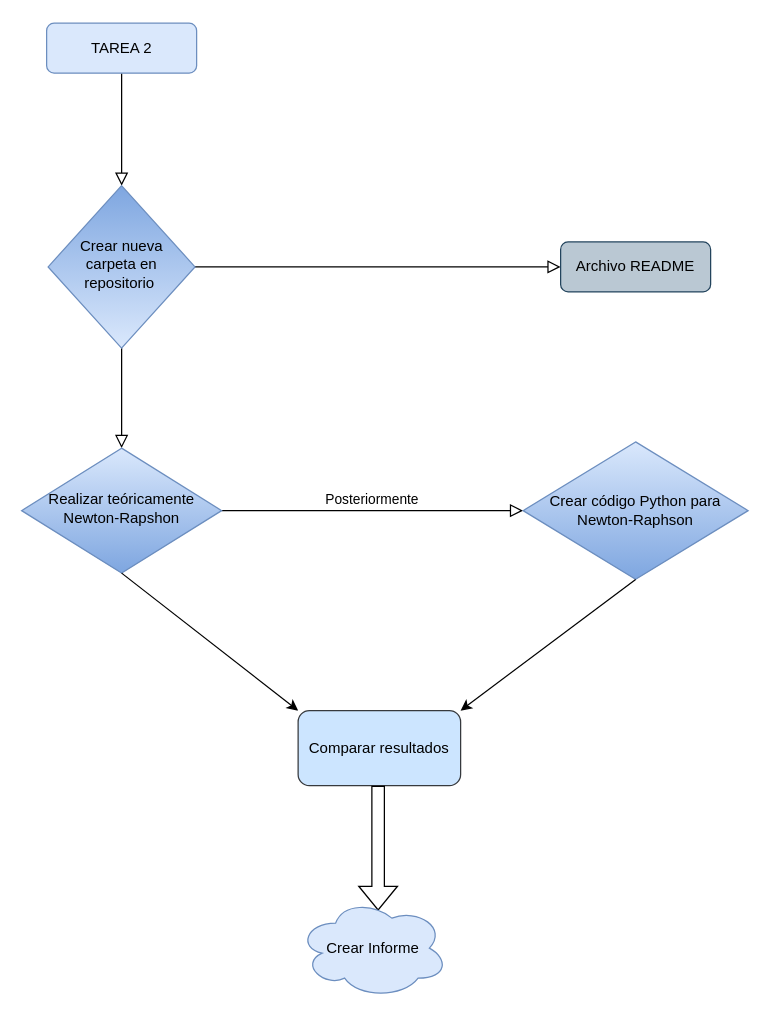
The draw.io diagram Tarea 2/Diagrama sin título.drawio in YuyuAraya/G2A_SEP1_S12024, before the edit. Source tidied: cells renumbered, new cells numbered last; positions are measured from the earlier drawing's top-left corner, leaving out a move shared by most shapes. Both pictures are drawn from the tidied source at 125%, with x=0, y=0 at pixel (21, 22).
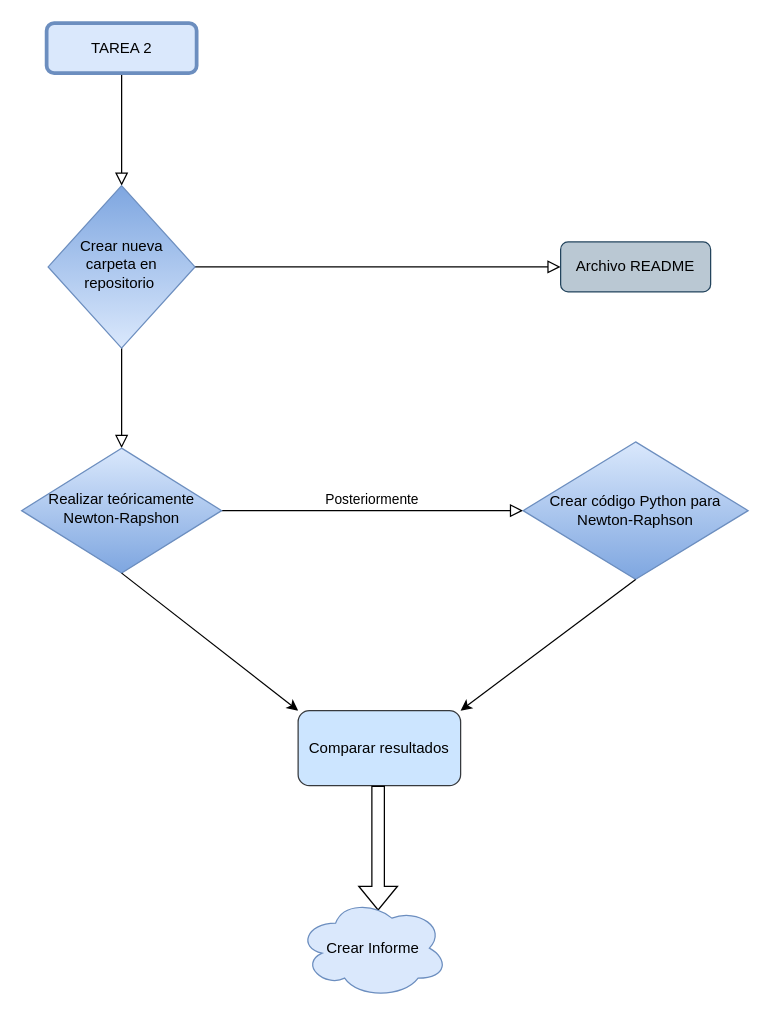
The same diagram, later.

The edit, as a diff of the source:
```diff
@@
 <mxGraphModel>
   <root>
     <mxCell id="0" />
     <mxCell id="1" parent="0" />
     <mxCell id="2" style="rounded=0;html=1;jettySize=auto;fontSize=11;endArrow=block;endFill=0;endSize=8;strokeWidth=1;shadow=0;labelBackgroundColor=none;edgeStyle=orthogonalEdgeStyle;" parent="1" edge="1" source="3" target="6">
       <mxGeometry relative="1" as="geometry" />
     </mxCell>
-    <mxCell id="3" value="TAREA 2" style="rounded=1;whiteSpace=wrap;html=1;fontSize=12;glass=0;strokeWidth=1;shadow=0;fillColor=#dae8fc;strokeColor=#6c8ebf;" parent="1" vertex="1">
+    <mxCell id="3" value="TAREA 2" style="rounded=1;whiteSpace=wrap;html=1;fontSize=12;glass=0;strokeWidth=3;shadow=0;fillColor=#dae8fc;strokeColor=#6c8ebf;" parent="1" vertex="1">
       <mxGeometry x="19.8" width="120" height="40" as="geometry" />
     </mxCell>
     <mxCell id="4" style="rounded=0;html=1;jettySize=auto;fontSize=11;endArrow=block;endFill=0;endSize=8;strokeWidth=1;shadow=0;labelBackgroundColor=none;edgeStyle=orthogonalEdgeStyle;" parent="1" edge="1" source="6" target="9">
       <mxGeometry y="20" relative="1" as="geometry" />
     </mxCell>
     <mxCell id="5" style="edgeStyle=orthogonalEdgeStyle;rounded=0;html=1;jettySize=auto;fontSize=11;endArrow=block;endFill=0;endSize=8;strokeWidth=1;shadow=0;labelBackgroundColor=none;" parent="1" edge="1" source="6" target="7">
       <mxGeometry y="10" relative="1" as="geometry" />
     </mxCell>
     <mxCell id="6" value="Crear nueva carpeta en repositorio&amp;nbsp;" style="rhombus;whiteSpace=wrap;html=1;shadow=0;fontFamily=Helvetica;fontSize=12;align=center;strokeWidth=1;spacing=6;spacingTop=-4;rounded=0;gradientDirection=north;fillColor=#dae8fc;fillStyle=solid;strokeColor=#6c8ebf;gradientColor=#7ea6e0;" parent="1" vertex="1">
       <mxGeometry x="21" y="130" width="117.5" height="130" as="geometry" />
     </mxCell>
     <mxCell id="7" value="Archivo README" style="rounded=1;whiteSpace=wrap;html=1;fontSize=12;glass=0;strokeWidth=1;shadow=0;fillColor=#bac8d3;strokeColor=#23445d;" parent="1" vertex="1">
       <mxGeometry x="431" y="175" width="120" height="40" as="geometry" />
     </mxCell>
     <mxCell id="8" value="Posteriormente" style="edgeStyle=orthogonalEdgeStyle;rounded=0;html=1;jettySize=auto;fontSize=11;endArrow=block;endFill=0;endSize=8;strokeWidth=1;shadow=0;labelBackgroundColor=none;" parent="1" edge="1" source="9">
       <mxGeometry y="10" relative="1" as="geometry">
         <mxPoint x="401" y="390" as="targetPoint" />
       </mxGeometry>
     </mxCell>
     <mxCell id="9" value="Realizar teóricamente Newton-Rapshon" style="rhombus;whiteSpace=wrap;html=1;shadow=0;fontFamily=Helvetica;fontSize=12;align=center;strokeWidth=1;spacing=6;spacingTop=-4;fillColor=#dae8fc;strokeColor=#6c8ebf;gradientColor=#7ea6e0;" parent="1" vertex="1">
       <mxGeometry x="-0.2" y="340" width="160" height="100" as="geometry" />
     </mxCell>
     <mxCell id="10" value="Comparar resultados" style="rounded=1;whiteSpace=wrap;html=1;fontSize=12;glass=0;strokeWidth=1;shadow=0;fillColor=#cce5ff;strokeColor=#36393d;" parent="1" vertex="1">
       <mxGeometry x="221" y="550" width="130" height="60" as="geometry" />
     </mxCell>
     <mxCell id="11" value="Crear código Python para Newton-Raphson" style="rhombus;whiteSpace=wrap;html=1;fillColor=#dae8fc;gradientColor=#7ea6e0;strokeColor=#6c8ebf;" parent="1" vertex="1">
       <mxGeometry x="401" y="335" width="180" height="110" as="geometry" />
     </mxCell>
     <mxCell id="12" style="endArrow=classic;html=1;rounded=0;exitX=0.5;exitY=1;exitDx=0;exitDy=0;" parent="1" edge="1" source="9">
       <mxGeometry relative="1" as="geometry">
         <mxPoint x="221" y="550" as="targetPoint" />
       </mxGeometry>
     </mxCell>
     <mxCell id="13" style="endArrow=classic;html=1;rounded=0;exitX=0.5;exitY=1;exitDx=0;exitDy=0;entryX=1;entryY=0;entryDx=0;entryDy=0;" parent="1" edge="1" source="11" target="10">
       <mxGeometry relative="1" as="geometry" />
     </mxCell>
     <mxCell id="14" style="shape=flexArrow;endArrow=classic;html=1;rounded=0;" parent="1" edge="1">
       <mxGeometry relative="1" as="geometry">
         <mxPoint x="285" y="610" as="sourcePoint" />
         <mxPoint x="285" y="710" as="targetPoint" />
       </mxGeometry>
     </mxCell>
     <mxCell id="15" value="Crear Informe" style="ellipse;shape=cloud;whiteSpace=wrap;html=1;fillColor=#dae8fc;strokeColor=#6c8ebf;" parent="1" vertex="1">
       <mxGeometry x="221" y="700" width="120" height="80" as="geometry" />
     </mxCell>
   </root>
 </mxGraphModel>
```
